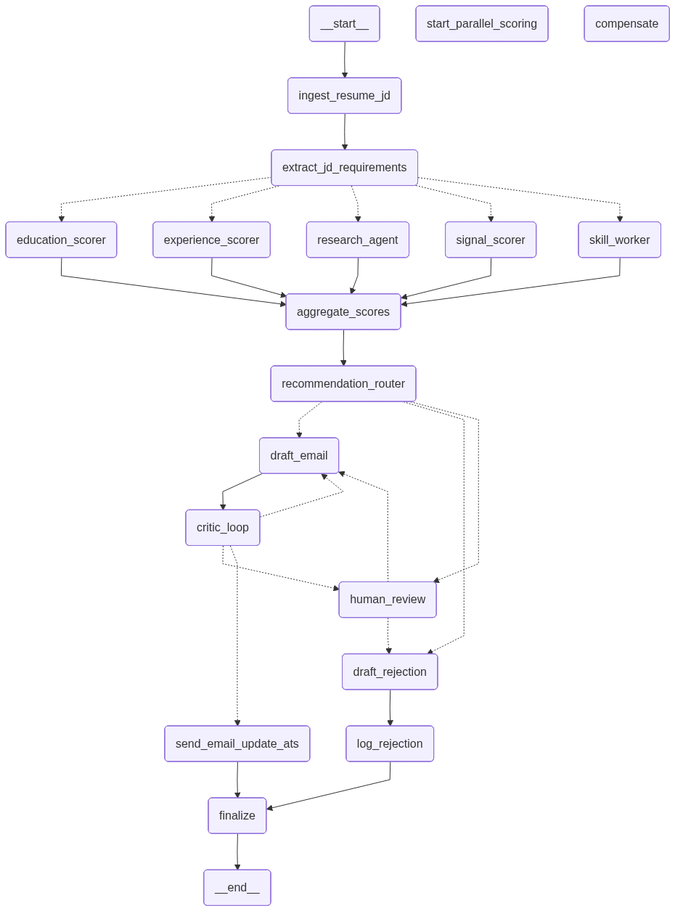
Earlier version of the Mermaid export graph_out/hiregraph.png (Nithu-Arjunan/HireGraph). Its source is kept beside it as graph_out/hiregraph.mmd.
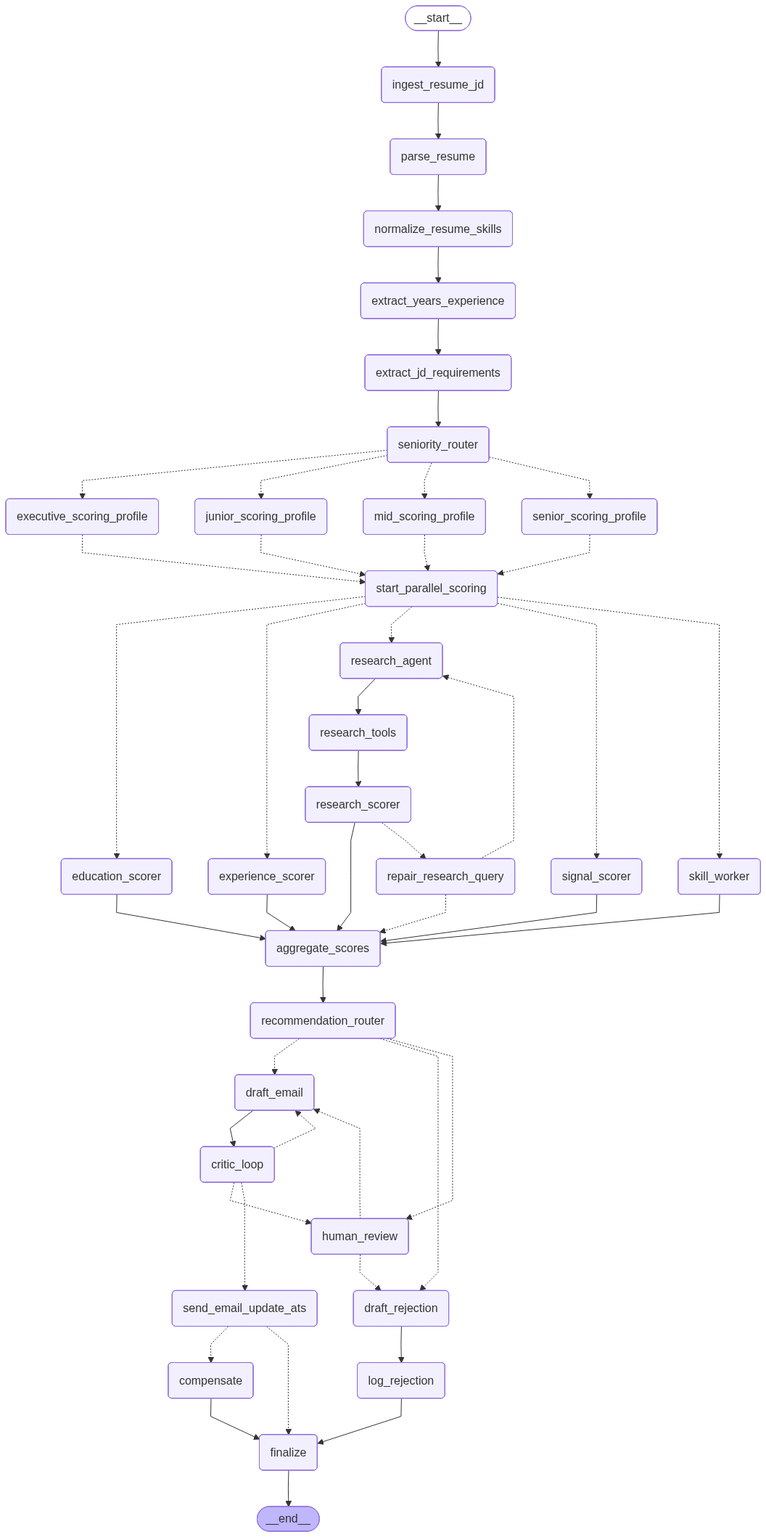
After the change.

The edit, as a diff of the source:
```diff
@@ -4,15 +4,26 @@
     curve: linear
 ---
 graph TD;
-	__start__(<p>__start__</p>)
+	__start__([<p>__start__</p>]):::first
 	ingest_resume_jd(ingest_resume_jd)
+	parse_resume(parse_resume)
+	normalize_resume_skills(normalize_resume_skills)
+	extract_years_experience(extract_years_experience)
 	extract_jd_requirements(extract_jd_requirements)
+	seniority_router(seniority_router)
+	junior_scoring_profile(junior_scoring_profile)
+	mid_scoring_profile(mid_scoring_profile)
+	senior_scoring_profile(senior_scoring_profile)
+	executive_scoring_profile(executive_scoring_profile)
 	skill_worker(skill_worker)
 	start_parallel_scoring(start_parallel_scoring)
 	experience_scorer(experience_scorer)
 	education_scorer(education_scorer)
 	signal_scorer(signal_scorer)
 	research_agent(research_agent)
+	research_tools(research_tools)
+	research_scorer(research_scorer)
+	repair_research_query(repair_research_query)
 	aggregate_scores(aggregate_scores)
 	recommendation_router(recommendation_router)
 	draft_email(draft_email)
@@ -23,32 +34,51 @@
 	log_rejection(log_rejection)
 	compensate(compensate)
 	finalize(finalize)
-	__end__(<p>__end__</p>)
+	__end__([<p>__end__</p>]):::last
 	__start__ --> ingest_resume_jd;
 	aggregate_scores --> recommendation_router;
+	compensate --> finalize;
 	critic_loop -.-> draft_email;
 	critic_loop -.-> human_review;
 	critic_loop -.-> send_email_update_ats;
 	draft_email --> critic_loop;
 	draft_rejection --> log_rejection;
 	education_scorer --> aggregate_scores;
+	executive_scoring_profile -.-> start_parallel_scoring;
 	experience_scorer --> aggregate_scores;
-	extract_jd_requirements -.-> education_scorer;
-	extract_jd_requirements -.-> experience_scorer;
-	extract_jd_requirements -.-> research_agent;
-	extract_jd_requirements -.-> signal_scorer;
-	extract_jd_requirements -.-> skill_worker;
+	extract_jd_requirements --> seniority_router;
+	extract_years_experience --> extract_jd_requirements;
 	human_review -.-> draft_email;
 	human_review -.-> draft_rejection;
-	ingest_resume_jd --> extract_jd_requirements;
+	ingest_resume_jd --> parse_resume;
+	junior_scoring_profile -.-> start_parallel_scoring;
 	log_rejection --> finalize;
+	mid_scoring_profile -.-> start_parallel_scoring;
+	normalize_resume_skills --> extract_years_experience;
+	parse_resume --> normalize_resume_skills;
 	recommendation_router -.-> draft_email;
 	recommendation_router -.-> draft_rejection;
 	recommendation_router -.-> human_review;
-	research_agent --> aggregate_scores;
-	send_email_update_ats --> finalize;
+	repair_research_query -.-> aggregate_scores;
+	repair_research_query -.-> research_agent;
+	research_agent --> research_tools;
+	research_scorer --> aggregate_scores;
+	research_scorer -.-> repair_research_query;
+	research_tools --> research_scorer;
+	send_email_update_ats -.-> compensate;
+	send_email_update_ats -.-> finalize;
+	senior_scoring_profile -.-> start_parallel_scoring;
+	seniority_router -.-> executive_scoring_profile;
+	seniority_router -.-> junior_scoring_profile;
+	seniority_router -.-> mid_scoring_profile;
+	seniority_router -.-> senior_scoring_profile;
 	signal_scorer --> aggregate_scores;
 	skill_worker --> aggregate_scores;
+	start_parallel_scoring -.-> education_scorer;
+	start_parallel_scoring -.-> experience_scorer;
+	start_parallel_scoring -.-> research_agent;
+	start_parallel_scoring -.-> signal_scorer;
+	start_parallel_scoring -.-> skill_worker;
 	finalize --> __end__;
 	classDef default fill:#f2f0ff,line-height:1.2
 	classDef first fill-opacity:0
```
